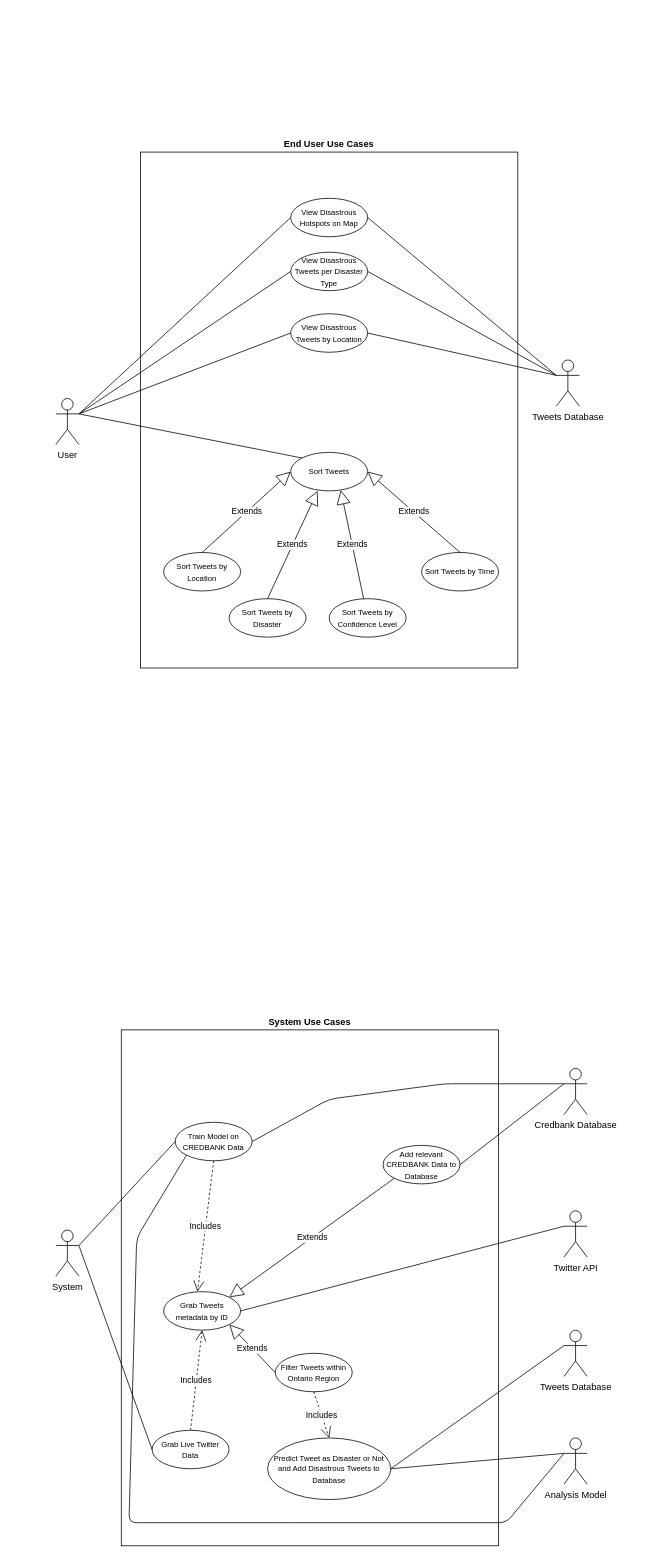
Above: _media/usecases/eng4k.drawio in Lassonde-Cardinals/dbuster-docs (draw.io), before the change. Source tidied: cells renumbered, new cells numbered last; positions are measured from the earlier drawing's top-left corner, leaving out a move shared by most shapes. Both pictures are drawn from the tidied source at 77%, with x=0, y=0 at pixel (55, 136).
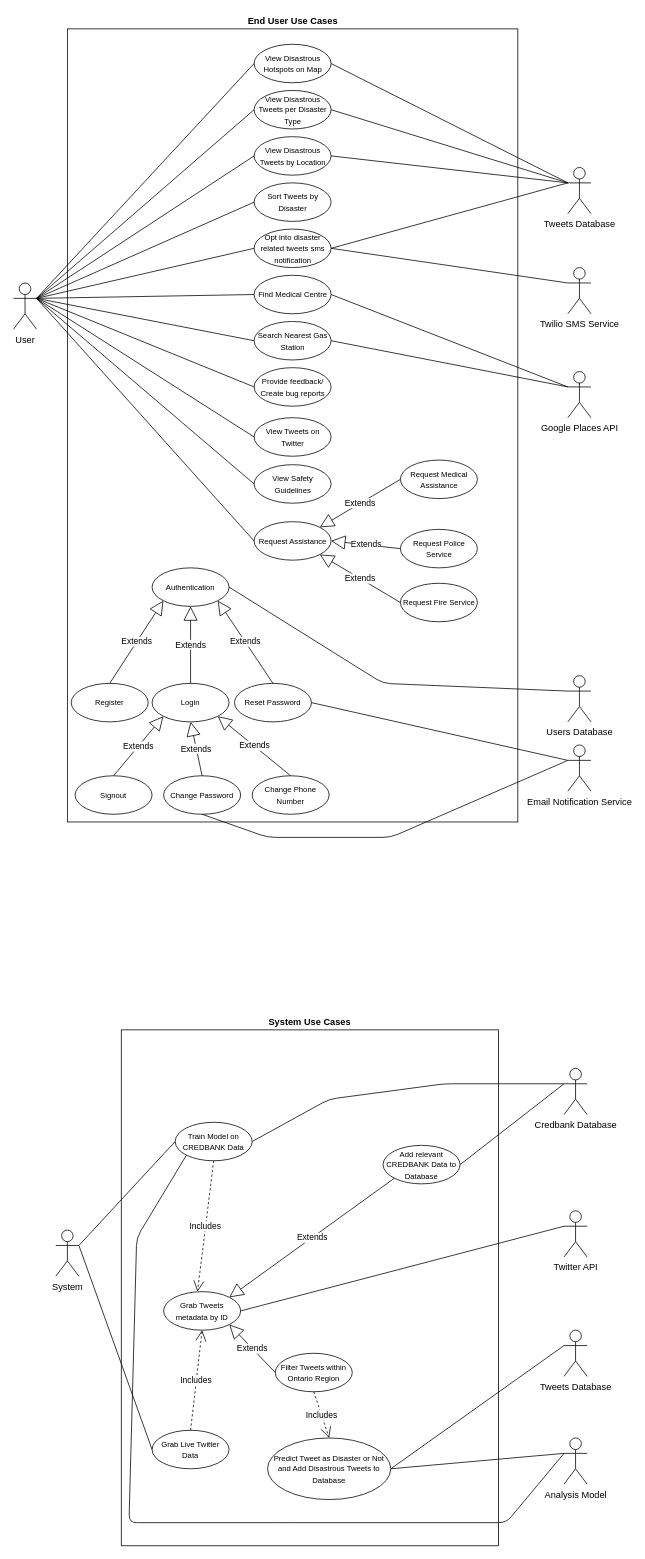
The same diagram, later.

Commit message (it also covers changes not shown here):
updated use case diagram

Diff of the diagram source:
```diff
@@
     <mxCell id="2" style="rounded=0;whiteSpace=wrap;html=1;" parent="1" vertex="1">
-      <mxGeometry x="110" y="20" width="490" height="670" as="geometry" />
+      <mxGeometry x="15" y="-140" width="585" height="1030" as="geometry" />
     </mxCell>
     <mxCell id="3" value="User" style="shape=umlActor;verticalLabelPosition=bottom;verticalAlign=top;html=1;" parent="1" vertex="1">
-      <mxGeometry y="340" width="30" height="60" as="geometry" />
+      <mxGeometry x="-55" y="190" width="30" height="60" as="geometry" />
     </mxCell>
     <mxCell id="4" value="&lt;span style=&quot;font-size: 10px&quot;&gt;View Disastrous Hotspots on Map&lt;/span&gt;" style="ellipse;whiteSpace=wrap;html=1;" parent="1" vertex="1">
-      <mxGeometry x="305" y="80" width="100" height="50" as="geometry" />
+      <mxGeometry x="257.5" y="-120" width="100" height="50" as="geometry" />
     </mxCell>
     <mxCell id="5" value="&lt;span style=&quot;font-size: 10px&quot;&gt;View Disastrous Tweets by Location&lt;/span&gt;" style="ellipse;whiteSpace=wrap;html=1;" parent="1" vertex="1">
-      <mxGeometry x="305" y="230" width="100" height="50" as="geometry" />
+      <mxGeometry x="257.5" width="100" height="50" as="geometry" />
     </mxCell>
     <mxCell id="6" value="Tweets Database" style="shape=umlActor;verticalLabelPosition=bottom;verticalAlign=top;html=1;" parent="1" vertex="1">
-      <mxGeometry x="650" y="290" width="30" height="60" as="geometry" />
+      <mxGeometry x="665" y="40" width="30" height="60" as="geometry" />
     </mxCell>
@@
     <mxCell id="10" value="&lt;span style=&quot;font-size: 10px&quot;&gt;View Disastrous Tweets per Disaster Type&lt;/span&gt;" style="ellipse;whiteSpace=wrap;html=1;" parent="1" vertex="1">
-      <mxGeometry x="305" y="150" width="100" height="50" as="geometry" />
+      <mxGeometry x="257.5" y="-60" width="100" height="50" as="geometry" />
     </mxCell>
-    <mxCell id="11" value="&lt;span style=&quot;font-size: 10px&quot;&gt;Sort Tweets&lt;/span&gt;" style="ellipse;whiteSpace=wrap;html=1;" parent="1" vertex="1">
-      <mxGeometry x="305" y="410" width="100" height="50" as="geometry" />
+    <mxCell id="11" value="&lt;span style=&quot;font-size: 10px&quot;&gt;Sort Tweets by Disaster&lt;/span&gt;" style="ellipse;whiteSpace=wrap;html=1;" parent="1" vertex="1">
+      <mxGeometry x="257.5" y="60" width="100" height="50" as="geometry" />
     </mxCell>
-    <mxCell id="12" value="&lt;span style=&quot;font-size: 10px&quot;&gt;Sort Tweets by Location&lt;/span&gt;" style="ellipse;whiteSpace=wrap;html=1;" parent="1" vertex="1">
-      <mxGeometry x="140" y="540" width="100" height="50" as="geometry" />
-    </mxCell>
-    <mxCell id="13" value="&lt;span style=&quot;font-size: 10px&quot;&gt;Sort Tweets by Confidence Level&lt;/span&gt;" style="ellipse;whiteSpace=wrap;html=1;" parent="1" vertex="1">
-      <mxGeometry x="355" y="600" width="100" height="50" as="geometry" />
-    </mxCell>
-    <mxCell id="14" value="&lt;span style=&quot;font-size: 10px&quot;&gt;Sort Tweets by Disaster&lt;/span&gt;" style="ellipse;whiteSpace=wrap;html=1;" parent="1" vertex="1">
-      <mxGeometry x="225" y="600" width="100" height="50" as="geometry" />
-    </mxCell>
-    <mxCell id="15" value="&lt;span style=&quot;font-size: 10px&quot;&gt;Sort Tweets by Time&lt;/span&gt;" style="ellipse;whiteSpace=wrap;html=1;" parent="1" vertex="1">
-      <mxGeometry x="475" y="540" width="100" height="50" as="geometry" />
-    </mxCell>
-    <mxCell id="16" style="endArrow=none;html=1;exitX=1;exitY=0.3333333333333333;exitDx=0;exitDy=0;exitPerimeter=0;entryX=0;entryY=0;entryDx=0;entryDy=0;" parent="1" edge="1" source="3" target="11">
+    <mxCell id="16" style="endArrow=none;html=1;exitX=1;exitY=0.3333333333333333;exitDx=0;exitDy=0;exitPerimeter=0;entryX=0;entryY=0.5;entryDx=0;entryDy=0;" parent="1" edge="1" source="3" target="11">
       <mxGeometry relative="1" as="geometry" />
     </mxCell>
-    <mxCell id="17" value="Extends" style="endArrow=block;endSize=16;endFill=0;html=1;exitX=0.5;exitY=0;exitDx=0;exitDy=0;entryX=0;entryY=0.5;entryDx=0;entryDy=0;" parent="1" edge="1" source="12" target="11">
-      <mxGeometry relative="1" as="geometry" />
-    </mxCell>
-    <mxCell id="18" value="Extends" style="endArrow=block;endSize=16;endFill=0;html=1;exitX=0.5;exitY=0;exitDx=0;exitDy=0;entryX=0.35;entryY=1;entryDx=0;entryDy=0;entryPerimeter=0;" parent="1" edge="1" source="14" target="11">
-      <mxGeometry relative="1" as="geometry" />
-    </mxCell>
-    <mxCell id="19" value="Extends" style="endArrow=block;endSize=16;endFill=0;html=1;entryX=0.65;entryY=0.98;entryDx=0;entryDy=0;entryPerimeter=0;" parent="1" edge="1" source="13" target="11">
-      <mxGeometry relative="1" as="geometry" />
-    </mxCell>
-    <mxCell id="20" value="Extends" style="endArrow=block;endSize=16;endFill=0;html=1;exitX=0.5;exitY=0;exitDx=0;exitDy=0;entryX=1;entryY=0.5;entryDx=0;entryDy=0;" parent="1" edge="1" source="15" target="11">
-      <mxGeometry relative="1" as="geometry" />
-    </mxCell>
@@
     <mxCell id="28" value="&lt;b&gt;End User Use Cases&lt;/b&gt;" style="text;html=1;strokeColor=none;fillColor=none;align=center;verticalAlign=middle;whiteSpace=wrap;rounded=0;" parent="1" vertex="1">
-      <mxGeometry x="115" width="480" height="20" as="geometry" />
+      <mxGeometry x="67.5" y="-160" width="480" height="20" as="geometry" />
     </mxCell>
@@
+    <mxCell id="51" value="&lt;span style=&quot;font-size: 10px&quot;&gt;Login&lt;/span&gt;" style="ellipse;whiteSpace=wrap;html=1;" parent="1" vertex="1">
+      <mxGeometry x="125" y="710" width="100" height="50" as="geometry" />
+    </mxCell>
+    <mxCell id="52" value="&lt;span style=&quot;font-size: 10px&quot;&gt;Register&lt;/span&gt;" style="ellipse;whiteSpace=wrap;html=1;" parent="1" vertex="1">
+      <mxGeometry x="20" y="710" width="100" height="50" as="geometry" />
+    </mxCell>
+    <mxCell id="53" value="&lt;span style=&quot;font-size: 10px&quot;&gt;Signout&lt;/span&gt;" style="ellipse;whiteSpace=wrap;html=1;" parent="1" vertex="1">
+      <mxGeometry x="25" y="830" width="100" height="50" as="geometry" />
+    </mxCell>
+    <mxCell id="54" value="&lt;span style=&quot;font-size: 10px&quot;&gt;Authentication&lt;/span&gt;" style="ellipse;whiteSpace=wrap;html=1;" parent="1" vertex="1">
+      <mxGeometry x="125" y="560" width="100" height="50" as="geometry" />
+    </mxCell>
+    <mxCell id="55" value="&lt;span style=&quot;font-size: 10px&quot;&gt;Change Password&lt;/span&gt;" style="ellipse;whiteSpace=wrap;html=1;" parent="1" vertex="1">
+      <mxGeometry x="140" y="830" width="100" height="50" as="geometry" />
+    </mxCell>
+    <mxCell id="56" value="&lt;span style=&quot;font-size: 10px&quot;&gt;Reset Password&lt;/span&gt;" style="ellipse;whiteSpace=wrap;html=1;" parent="1" vertex="1">
+      <mxGeometry x="232" y="710" width="100" height="50" as="geometry" />
+    </mxCell>
+    <mxCell id="57" value="&lt;span style=&quot;font-size: 10px&quot;&gt;Change Phone Number&lt;/span&gt;" style="ellipse;whiteSpace=wrap;html=1;" parent="1" vertex="1">
+      <mxGeometry x="255" y="830" width="100" height="50" as="geometry" />
+    </mxCell>
+    <mxCell id="58" value="Extends" style="endArrow=block;endSize=16;endFill=0;html=1;exitX=0.5;exitY=0;exitDx=0;exitDy=0;entryX=0.5;entryY=1;entryDx=0;entryDy=0;" parent="1" edge="1" source="51" target="54">
+      <mxGeometry relative="1" as="geometry" />
+    </mxCell>
+    <mxCell id="59" value="Extends" style="endArrow=block;endSize=16;endFill=0;html=1;exitX=0.5;exitY=0;exitDx=0;exitDy=0;entryX=0;entryY=1;entryDx=0;entryDy=0;" parent="1" edge="1" source="52" target="54">
+      <mxGeometry relative="1" as="geometry" />
+    </mxCell>
+    <mxCell id="60" value="Extends" style="endArrow=block;endSize=16;endFill=0;html=1;exitX=0.5;exitY=0;exitDx=0;exitDy=0;entryX=1;entryY=1;entryDx=0;entryDy=0;" parent="1" edge="1" source="56" target="54">
+      <mxGeometry relative="1" as="geometry" />
+    </mxCell>
+    <mxCell id="61" value="Extends" style="endArrow=block;endSize=16;endFill=0;html=1;exitX=0.5;exitY=0;exitDx=0;exitDy=0;entryX=0;entryY=1;entryDx=0;entryDy=0;" parent="1" edge="1" source="53" target="51">
+      <mxGeometry relative="1" as="geometry" />
+    </mxCell>
+    <mxCell id="62" value="Extends" style="endArrow=block;endSize=16;endFill=0;html=1;exitX=0.5;exitY=0;exitDx=0;exitDy=0;entryX=1;entryY=1;entryDx=0;entryDy=0;" parent="1" edge="1" source="57" target="51">
+      <mxGeometry relative="1" as="geometry" />
+    </mxCell>
+    <mxCell id="63" value="Extends" style="endArrow=block;endSize=16;endFill=0;html=1;exitX=0.5;exitY=0;exitDx=0;exitDy=0;entryX=0.5;entryY=1;entryDx=0;entryDy=0;" parent="1" edge="1" source="55" target="51">
+      <mxGeometry relative="1" as="geometry" />
+    </mxCell>
+    <mxCell id="64" value="Users Database" style="shape=umlActor;verticalLabelPosition=bottom;verticalAlign=top;html=1;" parent="1" vertex="1">
+      <mxGeometry x="665" y="700" width="30" height="60" as="geometry" />
+    </mxCell>
+    <mxCell id="65" style="endArrow=none;html=1;exitX=1;exitY=0.5;exitDx=0;exitDy=0;entryX=0;entryY=0.3333333333333333;entryDx=0;entryDy=0;entryPerimeter=0;" parent="1" edge="1" source="54" target="64">
+      <mxGeometry relative="1" as="geometry">
+        <Array as="points">
+          <mxPoint x="425" y="710" />
+        </Array>
+      </mxGeometry>
+    </mxCell>
+    <mxCell id="66" value="&lt;span style=&quot;font-size: 10px&quot;&gt;View Tweets on Twitter&lt;/span&gt;" style="ellipse;whiteSpace=wrap;html=1;" parent="1" vertex="1">
+      <mxGeometry x="257.5" y="365" width="100" height="50" as="geometry" />
+    </mxCell>
+    <mxCell id="67" value="&lt;span style=&quot;font-size: 10px&quot;&gt;View Safety Guidelines&lt;/span&gt;" style="ellipse;whiteSpace=wrap;html=1;" parent="1" vertex="1">
+      <mxGeometry x="257.5" y="426" width="100" height="50" as="geometry" />
+    </mxCell>
+    <mxCell id="68" value="&lt;span style=&quot;font-size: 10px&quot;&gt;Search Nearest Gas Station&lt;/span&gt;" style="ellipse;whiteSpace=wrap;html=1;" parent="1" vertex="1">
+      <mxGeometry x="257.5" y="240" width="100" height="50" as="geometry" />
+    </mxCell>
+    <mxCell id="69" value="&lt;span style=&quot;font-size: 10px&quot;&gt;Find Medical Centre&lt;/span&gt;" style="ellipse;whiteSpace=wrap;html=1;" parent="1" vertex="1">
+      <mxGeometry x="257.5" y="180" width="100" height="50" as="geometry" />
+    </mxCell>
+    <mxCell id="70" value="Google Places API" style="shape=umlActor;verticalLabelPosition=bottom;verticalAlign=top;html=1;" parent="1" vertex="1">
+      <mxGeometry x="665" y="305" width="30" height="60" as="geometry" />
+    </mxCell>
+    <mxCell id="71" value="&lt;span style=&quot;font-size: 10px&quot;&gt;Provide feedback/ Create bug reports&lt;/span&gt;" style="ellipse;whiteSpace=wrap;html=1;" parent="1" vertex="1">
+      <mxGeometry x="257.5" y="300" width="100" height="50" as="geometry" />
+    </mxCell>
+    <mxCell id="72" style="endArrow=none;html=1;exitX=1;exitY=0.5;exitDx=0;exitDy=0;entryX=0;entryY=0.3333333333333333;entryDx=0;entryDy=0;entryPerimeter=0;" parent="1" edge="1" source="68" target="70">
+      <mxGeometry relative="1" as="geometry" />
+    </mxCell>
+    <mxCell id="73" style="endArrow=none;html=1;exitX=1;exitY=0.5;exitDx=0;exitDy=0;entryX=0;entryY=0.3333333333333333;entryDx=0;entryDy=0;entryPerimeter=0;" parent="1" edge="1" source="69" target="70">
+      <mxGeometry relative="1" as="geometry" />
+    </mxCell>
+    <mxCell id="74" style="endArrow=none;html=1;exitX=1;exitY=0.3333333333333333;exitDx=0;exitDy=0;exitPerimeter=0;entryX=0;entryY=0.5;entryDx=0;entryDy=0;" parent="1" edge="1" source="3" target="68">
+      <mxGeometry relative="1" as="geometry" />
+    </mxCell>
+    <mxCell id="75" style="endArrow=none;html=1;exitX=1;exitY=0.3333333333333333;exitDx=0;exitDy=0;exitPerimeter=0;entryX=0;entryY=0.5;entryDx=0;entryDy=0;" parent="1" edge="1" source="3" target="69">
+      <mxGeometry relative="1" as="geometry" />
+    </mxCell>
+    <mxCell id="76" style="endArrow=none;html=1;exitX=1;exitY=0.3333333333333333;exitDx=0;exitDy=0;exitPerimeter=0;entryX=0;entryY=0.5;entryDx=0;entryDy=0;" parent="1" edge="1" source="3" target="71">
+      <mxGeometry relative="1" as="geometry" />
+    </mxCell>
+    <mxCell id="77" style="endArrow=none;html=1;exitX=1;exitY=0.3333333333333333;exitDx=0;exitDy=0;exitPerimeter=0;entryX=0;entryY=0.5;entryDx=0;entryDy=0;" parent="1" edge="1" source="3" target="66">
+      <mxGeometry relative="1" as="geometry" />
+    </mxCell>
+    <mxCell id="78" style="endArrow=none;html=1;exitX=1;exitY=0.3333333333333333;exitDx=0;exitDy=0;exitPerimeter=0;entryX=0;entryY=0.5;entryDx=0;entryDy=0;" parent="1" edge="1" source="3" target="67">
+      <mxGeometry relative="1" as="geometry" />
+    </mxCell>
+    <mxCell id="79" value="&lt;span style=&quot;font-size: 10px&quot;&gt;Opt into disaster related tweets sms notification&lt;/span&gt;" style="ellipse;whiteSpace=wrap;html=1;" parent="1" vertex="1">
+      <mxGeometry x="257.5" y="120" width="100" height="50" as="geometry" />
+    </mxCell>
+    <mxCell id="80" value="Twilio SMS Service" style="shape=umlActor;verticalLabelPosition=bottom;verticalAlign=top;html=1;" parent="1" vertex="1">
+      <mxGeometry x="665" y="170" width="30" height="60" as="geometry" />
+    </mxCell>
+    <mxCell id="81" style="endArrow=none;html=1;exitX=1;exitY=0.3333333333333333;exitDx=0;exitDy=0;exitPerimeter=0;entryX=0;entryY=0.5;entryDx=0;entryDy=0;" parent="1" edge="1" source="3" target="79">
+      <mxGeometry relative="1" as="geometry" />
+    </mxCell>
+    <mxCell id="82" style="endArrow=none;html=1;exitX=1;exitY=0.5;exitDx=0;exitDy=0;entryX=0;entryY=0.3333333333333333;entryDx=0;entryDy=0;entryPerimeter=0;" parent="1" edge="1" source="79" target="6">
+      <mxGeometry relative="1" as="geometry" />
+    </mxCell>
+    <mxCell id="83" style="endArrow=none;html=1;exitX=1;exitY=0.5;exitDx=0;exitDy=0;entryX=0;entryY=0.3333333333333333;entryDx=0;entryDy=0;entryPerimeter=0;" parent="1" edge="1" source="79" target="80">
+      <mxGeometry relative="1" as="geometry" />
+    </mxCell>
+    <mxCell id="84" value="Email Notification Service" style="shape=umlActor;verticalLabelPosition=bottom;verticalAlign=top;html=1;" parent="1" vertex="1">
+      <mxGeometry x="665" y="790" width="30" height="60" as="geometry" />
+    </mxCell>
+    <mxCell id="85" style="endArrow=none;html=1;exitX=1;exitY=0.5;exitDx=0;exitDy=0;entryX=0;entryY=0.3333333333333333;entryDx=0;entryDy=0;entryPerimeter=0;" parent="1" edge="1" source="56" target="84">
+      <mxGeometry relative="1" as="geometry" />
+    </mxCell>
+    <mxCell id="86" style="endArrow=none;html=1;exitX=0.5;exitY=1;exitDx=0;exitDy=0;entryX=0;entryY=0.3333333333333333;entryDx=0;entryDy=0;entryPerimeter=0;" parent="1" edge="1" source="55" target="84">
+      <mxGeometry relative="1" as="geometry">
+        <Array as="points">
+          <mxPoint x="275" y="910" />
+          <mxPoint x="435" y="910" />
+        </Array>
+      </mxGeometry>
+    </mxCell>
+    <mxCell id="87" value="&lt;span style=&quot;font-size: 10px&quot;&gt;Request Assistance&lt;/span&gt;" style="ellipse;whiteSpace=wrap;html=1;" parent="1" vertex="1">
+      <mxGeometry x="257.5" y="500" width="100" height="50" as="geometry" />
+    </mxCell>
+    <mxCell id="88" value="&lt;span style=&quot;font-size: 10px&quot;&gt;Request Medical Assistance&lt;/span&gt;" style="ellipse;whiteSpace=wrap;html=1;" parent="1" vertex="1">
+      <mxGeometry x="447.5" y="420" width="100" height="50" as="geometry" />
+    </mxCell>
+    <mxCell id="89" value="&lt;span style=&quot;font-size: 10px&quot;&gt;Request Police Service&lt;/span&gt;" style="ellipse;whiteSpace=wrap;html=1;" parent="1" vertex="1">
+      <mxGeometry x="447.5" y="510" width="100" height="50" as="geometry" />
+    </mxCell>
+    <mxCell id="90" value="&lt;span style=&quot;font-size: 10px&quot;&gt;Request Fire Service&lt;/span&gt;" style="ellipse;whiteSpace=wrap;html=1;" parent="1" vertex="1">
+      <mxGeometry x="447.5" y="580" width="100" height="50" as="geometry" />
+    </mxCell>
+    <mxCell id="91" value="Extends" style="endArrow=block;endSize=16;endFill=0;html=1;exitX=0;exitY=0.5;exitDx=0;exitDy=0;entryX=1;entryY=0;entryDx=0;entryDy=0;" parent="1" edge="1" source="88" target="87">
+      <mxGeometry relative="1" as="geometry" />
+    </mxCell>
+    <mxCell id="92" value="Extends" style="endArrow=block;endSize=16;endFill=0;html=1;exitX=0;exitY=0.5;exitDx=0;exitDy=0;entryX=1;entryY=0.5;entryDx=0;entryDy=0;" parent="1" edge="1" source="89" target="87">
+      <mxGeometry relative="1" as="geometry" />
+    </mxCell>
+    <mxCell id="93" value="Extends" style="endArrow=block;endSize=16;endFill=0;html=1;exitX=0;exitY=0.5;exitDx=0;exitDy=0;entryX=1;entryY=1;entryDx=0;entryDy=0;" parent="1" edge="1" source="90" target="87">
+      <mxGeometry relative="1" as="geometry" />
+    </mxCell>
+    <mxCell id="94" style="endArrow=none;html=1;exitX=1;exitY=0.3333333333333333;exitDx=0;exitDy=0;exitPerimeter=0;entryX=0;entryY=0.5;entryDx=0;entryDy=0;" parent="1" edge="1" source="3" target="87">
+      <mxGeometry relative="1" as="geometry" />
+    </mxCell>
```
